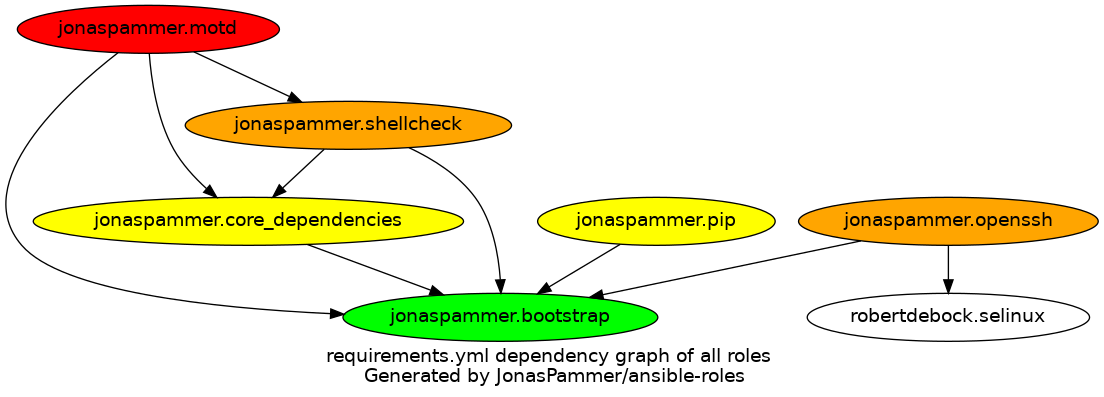
JonasPammer/ansible-roles keeps this Graphviz diagram as graphs/dependencies_ALL.png. Above is the earlier version. Its source is kept beside it as graphs/dependencies_ALL.dot.
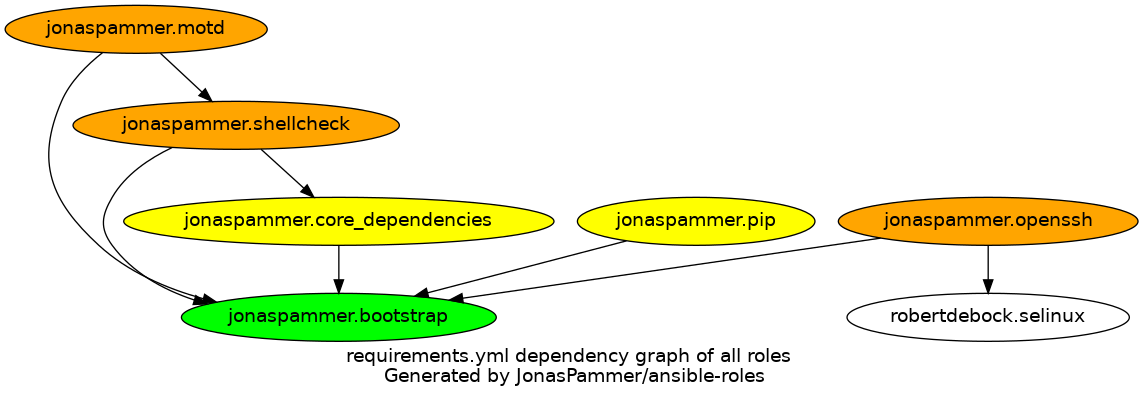
After the commit.

The edit, as a diff of the source:
```diff
@@ -4,7 +4,7 @@
   {
     "jonaspammer.bootstrap" [fillcolor=green style=filled]
     "jonaspammer.core_dependencies" [fillcolor=yellow style=filled]
-    "jonaspammer.motd" [fillcolor=red style=filled]
+    "jonaspammer.motd" [fillcolor=orange style=filled]
     "jonaspammer.openssh" [fillcolor=orange style=filled]
     "jonaspammer.pip" [fillcolor=yellow style=filled]
     "jonaspammer.shellcheck" [fillcolor=orange style=filled]
@@ -12,7 +12,7 @@
 
 
   "jonaspammer.core_dependencies" -> {"jonaspammer.bootstrap"}
-  "jonaspammer.motd" -> {"jonaspammer.bootstrap" "jonaspammer.core_dependencies" "jonaspammer.shellcheck"}
+  "jonaspammer.motd" -> {"jonaspammer.bootstrap" "jonaspammer.shellcheck"}
   "jonaspammer.openssh" -> {"jonaspammer.bootstrap" "robertdebock.selinux"}
   "jonaspammer.pip" -> {"jonaspammer.bootstrap"}
   "jonaspammer.shellcheck" -> {"jonaspammer.bootstrap" "jonaspammer.core_dependencies"}
```
